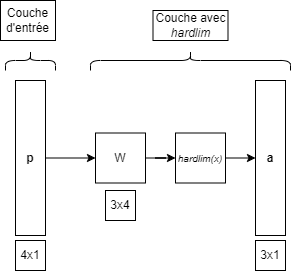
56ghluf/tm keeps this draw.io diagram as diagrams/AutoassociatorAdditionHardlim.drawio.png. Above is the earlier version. Source tidied: cells renumbered, new cells last; positions are measured from the earlier drawing's top-left corner, leaving out a move shared by most shapes.
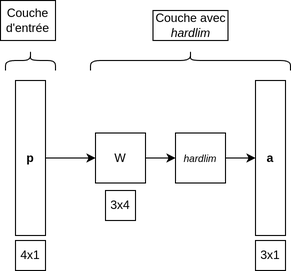
After the change.

Commit message:
diagrams: rerendedered some diagrams in a higher resolution

Diff of the diagram source:
```diff
@@ -19,7 +19,7 @@
         <mxPoint x="255" y="157.5" as="targetPoint" />
       </mxGeometry>
     </mxCell>
-    <mxCell id="7" value="&lt;i&gt;&lt;font style=&quot;font-size: 10px;&quot;&gt;hardlim(x)&lt;/font&gt;&lt;/i&gt;" style="whiteSpace=wrap;html=1;direction=north;" parent="1" vertex="1">
+    <mxCell id="7" value="&lt;i&gt;&lt;font style=&quot;font-size: 10px;&quot;&gt;hardlim&lt;/font&gt;&lt;/i&gt;" style="whiteSpace=wrap;html=1;direction=north;" parent="1" vertex="1">
       <mxGeometry x="175" y="132.5" width="50" height="50" as="geometry" />
     </mxCell>
     <mxCell id="8" value="&lt;b&gt;a&lt;/b&gt;" style="rounded=0;whiteSpace=wrap;html=1;direction=west;" parent="1" vertex="1">
```
